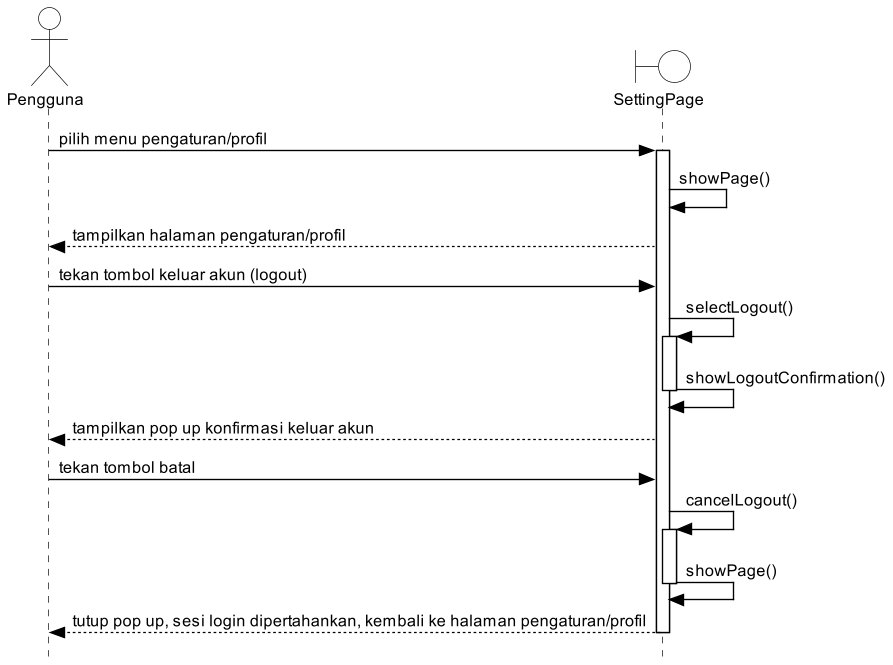
cynthiawinda/IF2150-RPL-K03-G04 keeps this PlantUML diagram as docs/M7/assets/diagram/SD_UC10_alt1.png. Above is the earlier version. Source of this version:
```plantuml
@startuml UC10_Alt1_BatalKeluar
skinparam style strictuml
skinparam sequenceMessageAlign left
skinparam responseMessageBelowArrow true
skinparam shadowing false
skinparam defaultFontSize 12
skinparam dpi 130
skinparam backgroundColor white
skinparam ActorBackgroundColor white
skinparam ActorBorderColor black
skinparam BoundaryBackgroundColor white
skinparam BoundaryBorderColor black
skinparam ControlBackgroundColor white
skinparam ControlBorderColor black
skinparam EntityBackgroundColor white
skinparam EntityBorderColor black
skinparam ParticipantBackgroundColor white
skinparam SequenceLifeLineBackgroundColor white
skinparam SequenceLifeLineBorderColor black
skinparam SequenceReferenceBackgroundColor white
skinparam SequenceReferenceHeaderBackgroundColor white
skinparam SequenceGroupBackgroundColor white
skinparam ArrowColor black
hide footbox

actor "Pengguna" as User
boundary "SettingPage" as SP

User -> SP : pilih menu pengaturan/profil
activate SP
SP -> SP : showPage()
SP --> User : tampilkan halaman pengaturan/profil
User -> SP : tekan tombol keluar akun (logout)
SP -> SP ++ : selectLogout()
SP -> SP : showLogoutConfirmation()
deactivate SP
SP --> User : tampilkan pop up konfirmasi keluar akun
User -> SP : tekan tombol batal
SP -> SP ++ : cancelLogout()
SP -> SP : showPage()
deactivate SP
SP --> User : tutup pop up, sesi login dipertahankan, kembali ke halaman pengaturan/profil
deactivate SP
@enduml
```
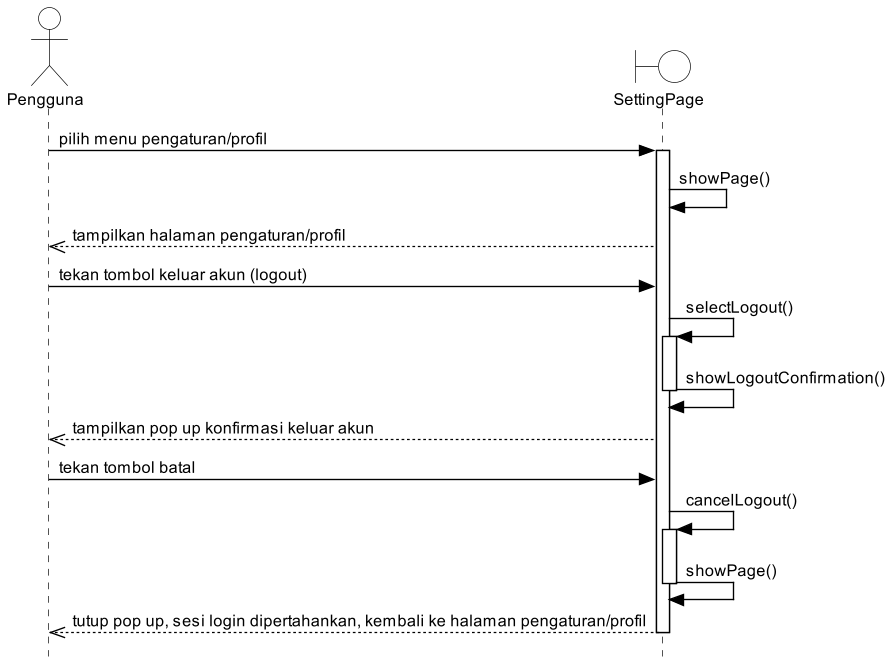
The same diagram one commit later.

Change to the diagram source:
```diff
@@ -29,16 +29,16 @@
 User -> SP : pilih menu pengaturan/profil
 activate SP
 SP -> SP : showPage()
-SP --> User : tampilkan halaman pengaturan/profil
+SP -->> User : tampilkan halaman pengaturan/profil
 User -> SP : tekan tombol keluar akun (logout)
 SP -> SP ++ : selectLogout()
 SP -> SP : showLogoutConfirmation()
 deactivate SP
-SP --> User : tampilkan pop up konfirmasi keluar akun
+SP -->> User : tampilkan pop up konfirmasi keluar akun
 User -> SP : tekan tombol batal
 SP -> SP ++ : cancelLogout()
 SP -> SP : showPage()
 deactivate SP
-SP --> User : tutup pop up, sesi login dipertahankan, kembali ke halaman pengaturan/profil
+SP -->> User : tutup pop up, sesi login dipertahankan, kembali ke halaman pengaturan/profil
 deactivate SP
 @enduml
```
